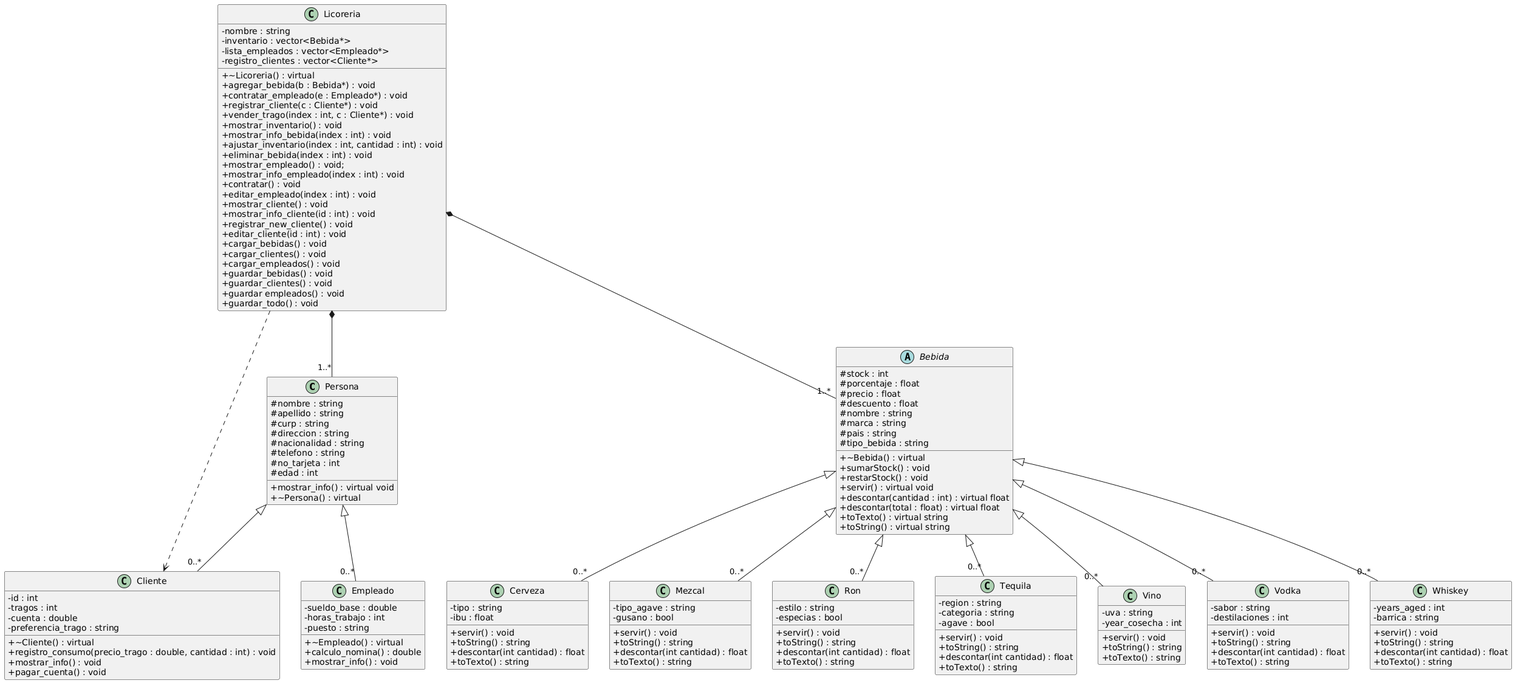
Marcoflesh/TC1030_Proyecto_Taberna keeps this PlantUML diagram as Diagrama_UML.png. Above is the earlier version.
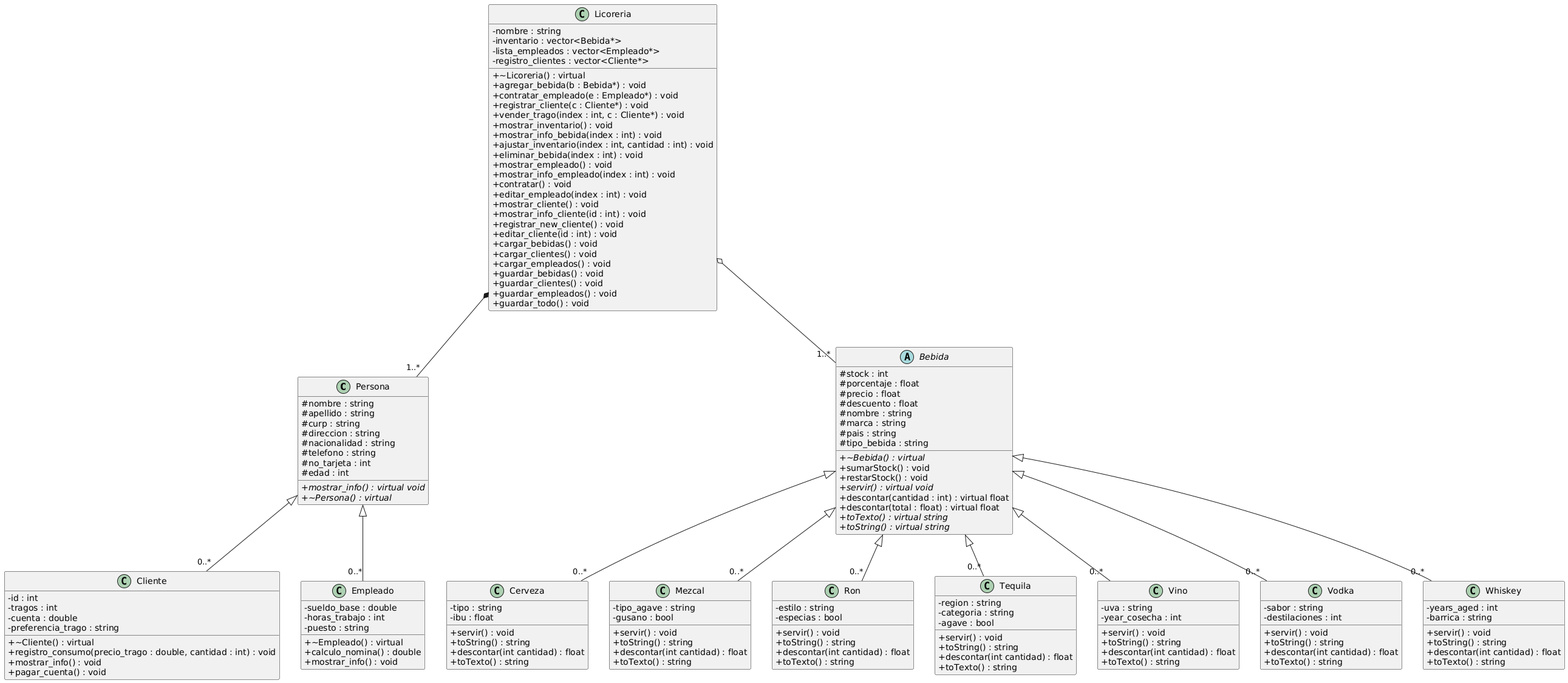
Above is the later version.

Commit message:
Cambiar composición en Bebida a Agregación

Change to the diagram source:
```diff
@@ -1,43 +1,38 @@
 @startuml
 skinparam classAttributeIconSize 0
 
-class Persona {
-  # nombre : string
-  # apellido : string
-  # curp : string
-  # direccion : string
-  # nacionalidad : string
-  # telefono : string
-  # no_tarjeta : int
-  # edad : int
-  + mostrar_info() : virtual void
-  + ~Persona() : virtual
+ class Persona {
+  #nombre : string
+  #apellido : string
+  #curp : string
+  #direccion : string
+  #nacionalidad : string
+  #telefono : string
+  #no_tarjeta : int
+  #edad : int
+  +{abstract} mostrar_info() : virtual void
+  +{abstract} ~Persona() : virtual
 }
 
 class Cliente {
-  - id : int
-  - tragos : int
-  - cuenta : double
-  - preferencia_trago : string
-
-  + ~Cliente() : virtual
-  + registro_consumo(precio_trago : double, cantidad : int) : void
-  + mostrar_info() : void
-  + pagar_cuenta() : void
+  -id : int
+  -tragos : int
+  -cuenta : double
+  -preferencia_trago : string
+  +~Cliente() : virtual
+  +registro_consumo(precio_trago : double, cantidad : int) : void
+  +mostrar_info() : void
+  +pagar_cuenta() : void
 }
 
 class Empleado {
-  - sueldo_base : double
-  - horas_trabajo : int
-  - puesto : string
-
-  + ~Empleado() : virtual
-  + calculo_nomina() : double
-  + mostrar_info() : void
+  -sueldo_base : double
+  -horas_trabajo : int
+  -puesto : string
+  +~Empleado() : virtual
+  +calculo_nomina() : double
+  +mostrar_info() : void
 }
-
-Persona <|-- "0..*"  Cliente
-Persona <|-- "0..*" Empleado
 
 abstract class Bebida {
   # stock : int
@@ -48,72 +43,109 @@
   # marca : string
   # pais : string
   # tipo_bebida : string
-
-  + ~Bebida() : virtual
+  + {abstract} ~Bebida() : virtual
   + sumarStock() : void
   + restarStock() : void
-  + servir() : virtual void
+  + {abstract} servir() : virtual void
   + descontar(cantidad : int) : virtual float
   + descontar(total : float) : virtual float
-  + toTexto() : virtual string
-  + toString() : virtual string
+  + {abstract} toTexto() : virtual string
+  + {abstract} toString() : virtual string
 }
 
 class Cerveza {
-- tipo : string
-- ibu : float
-+ servir() : void
-+ toString() : string
-+ descontar(int cantidad) : float
-+ toTexto() : string
+  -tipo : string
+  -ibu : float
+  +servir() : void
+  +toString() : string
+  +descontar(int cantidad) : float
+  +toTexto() : string
 }
+
 class Mezcal {
-- tipo_agave : string
-- gusano : bool
-+ servir() : void
-+ toString() : string
-+ descontar(int cantidad) : float
-+ toTexto() : string
+  -tipo_agave : string
+  -gusano : bool
+  +servir() : void
+  +toString() : string
+  +descontar(int cantidad) : float
+  +toTexto() : string
 }
+
 class Ron {
-- estilo : string
-- especias : bool
-+ servir() : void
-+ toString() : string
-+ descontar(int cantidad) : float
-+ toTexto() : string
+  -estilo : string
+  -especias : bool
+  +servir() : void
+  +toString() : string
+  +descontar(int cantidad) : float
+  +toTexto() : string
 }
+
 class Tequila {
-- region : string
-- categoria : string
-- agave : bool
-+ servir() : void
-+ toString() : string
-+ descontar(int cantidad) : float
-+ toTexto() : string
+  -region : string
+  -categoria : string
+  -agave : bool
+  +servir() : void
+  +toString() : string
+  +descontar(int cantidad) : float
+  +toTexto() : string
 }
+
 class Vino {
-- uva : string
-- year_cosecha : int
-+ servir() : void
-+ toString() : string
-+ toTexto() : string
+  -uva : string
+  -year_cosecha : int
+  +servir() : void
+  +toString() : string
+  +descontar(int cantidad) : float
+  +toTexto() : string
 }
+
 class Vodka {
-- sabor : string
-- destilaciones : int
-+ servir() : void
-+ toString() : string
-+ descontar(int cantidad) : float
-+ toTexto() : string
+  -sabor : string
+  -destilaciones : int
+  +servir() : void
+  +toString() : string
+  +descontar(int cantidad) : float
+  +toTexto() : string
 }
+
 class Whiskey {
-- years_aged : int
-- barrica : string
-+ servir() : void
-+ toString() : string
-+ descontar(int cantidad) : float
-+ toTexto() : string
+  -years_aged : int
+  -barrica : string
+  +servir() : void
+  +toString() : string
+  +descontar(int cantidad) : float
+  +toTexto() : string
+}
+
+class Licoreria {
+  -nombre : string
+  -inventario : vector<Bebida*>
+  -lista_empleados : vector<Empleado*>
+  -registro_clientes : vector<Cliente*>
+  +~Licoreria() : virtual
+  +agregar_bebida(b : Bebida*) : void
+  +contratar_empleado(e : Empleado*) : void
+  +registrar_cliente(c : Cliente*) : void
+  +vender_trago(index : int, c : Cliente*) : void
+  +mostrar_inventario() : void
+  +mostrar_info_bebida(index : int) : void
+  +ajustar_inventario(index : int, cantidad : int) : void
+  +eliminar_bebida(index : int) : void
+  +mostrar_empleado() : void
+  +mostrar_info_empleado(index : int) : void
+  +contratar() : void
+  +editar_empleado(index : int) : void
+  +mostrar_cliente() : void
+  +mostrar_info_cliente(id : int) : void
+  +registrar_new_cliente() : void
+  +editar_cliente(id : int) : void
+  +cargar_bebidas() : void
+  +cargar_clientes() : void
+  +cargar_empleados() : void
+  +guardar_bebidas() : void
+  +guardar_clientes() : void
+  +guardar_empleados() : void
+  +guardar_todo() : void
 }
 
 Bebida <|-- "0..*" Cerveza
@@ -124,40 +156,9 @@
 Bebida <|-- "0..*" Vodka
 Bebida <|-- "0..*" Whiskey
 
-class Licoreria {
-  - nombre : string
-  - inventario : vector<Bebida*>
-  - lista_empleados : vector<Empleado*>
-  - registro_clientes : vector<Cliente*>
+Persona <|-- "0..*" Cliente
+Persona <|-- "0..*" Empleado
 
-  + ~Licoreria() : virtual
-  + agregar_bebida(b : Bebida*) : void
-  + contratar_empleado(e : Empleado*) : void
-  + registrar_cliente(c : Cliente*) : void
-  + vender_trago(index : int, c : Cliente*) : void
-  + mostrar_inventario() : void
-  + mostrar_info_bebida(index : int) : void
-  + ajustar_inventario(index : int, cantidad : int) : void
-  + eliminar_bebida(index : int) : void
-  + mostrar_empleado() : void;
-  + mostrar_info_empleado(index : int) : void
-  + contratar() : void
-  + editar_empleado(index : int) : void
-  + mostrar_cliente() : void
-  + mostrar_info_cliente(id : int) : void
-  + registrar_new_cliente() : void
-  + editar_cliente(id : int) : void
-  + cargar_bebidas() : void
-  + cargar_clientes() : void
-  + cargar_empleados() : void
-  + guardar_bebidas() : void
-  + guardar_clientes() : void
-  + guardar empleados() : void
-  + guardar_todo() : void
-}
-
-Licoreria *-- "1..*" Bebida
 Licoreria *-- "1..*" Persona
-
-Licoreria ..> Cliente
+Licoreria o-- "1..*" Bebida
 @enduml
```
